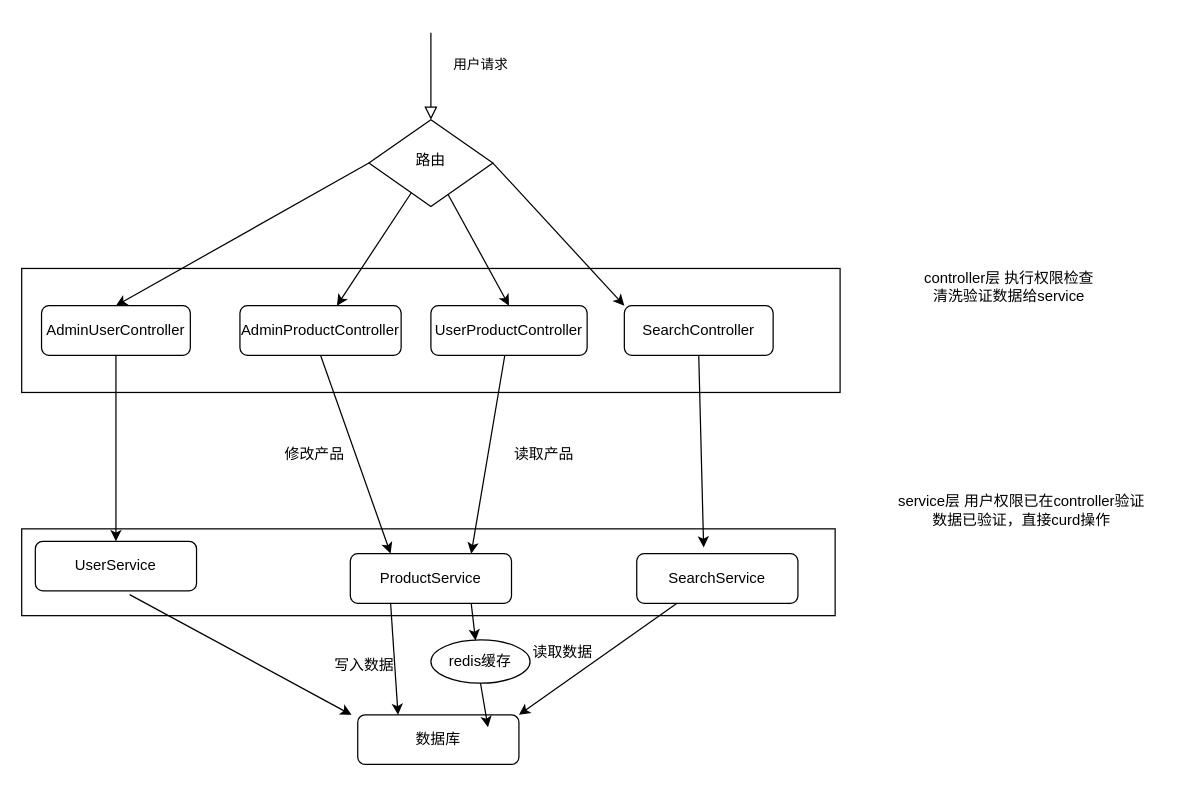
Before: 流程图.drawio in fengchuan1021/tmapidoc, a draw.io diagram. Source tidied: cells renumbered, new cells numbered last; positions are measured from the earlier drawing's top-left corner, leaving out a move shared by most shapes. Both pictures are drawn from the tidied source at 124%, with x=0, y=0 at pixel (21, 32).
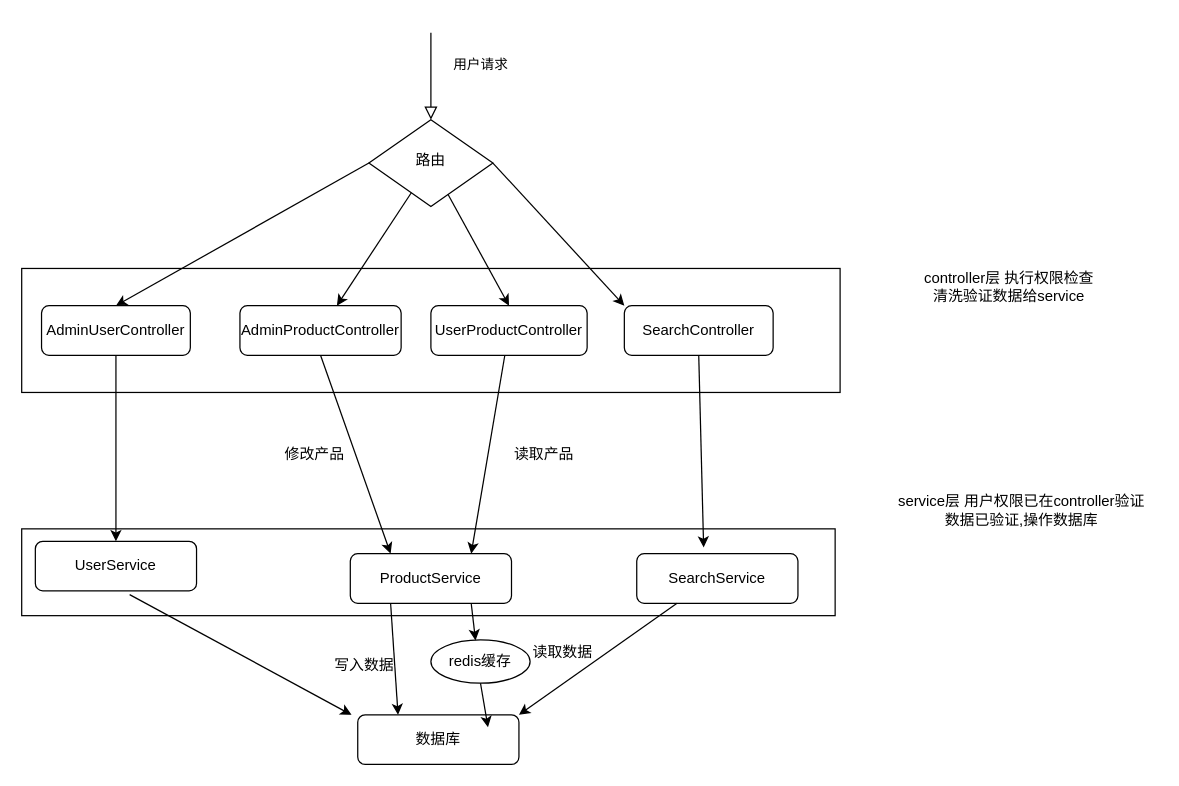
After the change.

Commit message:
更新流程图.drawio

Change to the diagram source:
```diff
@@
-    <mxCell id="33" value="service层 用户权限已在controller验证&lt;br&gt;数据已验证，直接curd操作" style="text;html=1;align=center;verticalAlign=middle;strokeColor=none;fillColor=none;" parent="1" vertex="1">
+    <mxCell id="33" value="service层 用户权限已在controller验证&lt;br&gt;数据已验证,操作数据库" style="text;html=1;align=center;verticalAlign=middle;strokeColor=none;fillColor=none;" parent="1" vertex="1">
       <mxGeometry x="696" y="365" width="220" height="40" as="geometry" />
     </mxCell>
```
